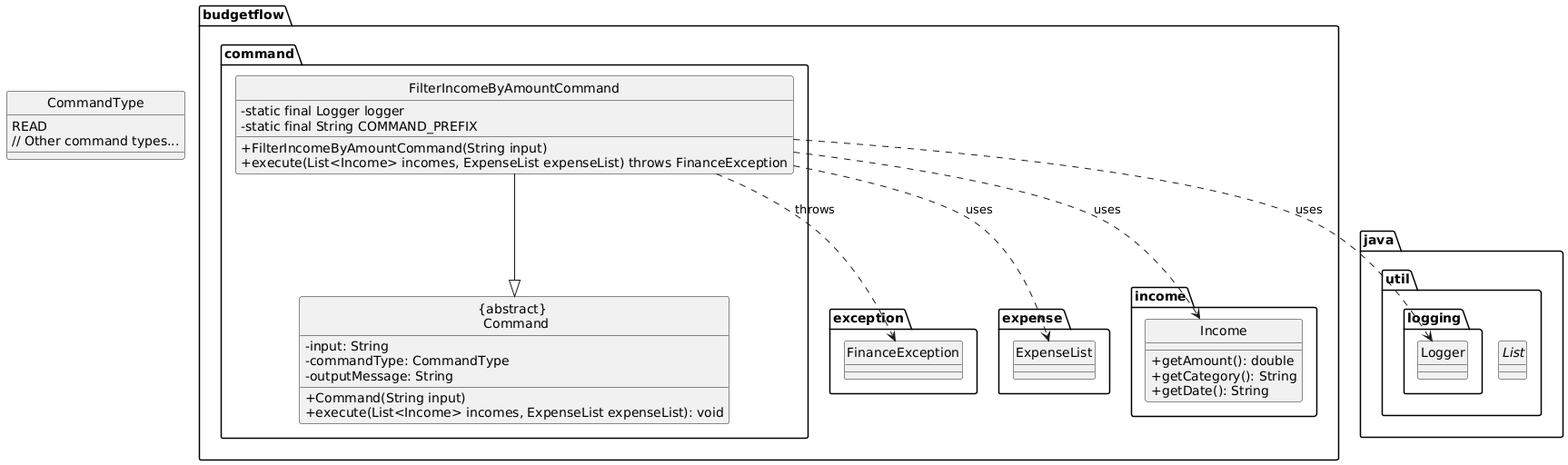
Above: docs/diagrams/FilterIncomeByAmountCommandClass.png in thienkimtranhoang/tp (PlantUML), before the change.
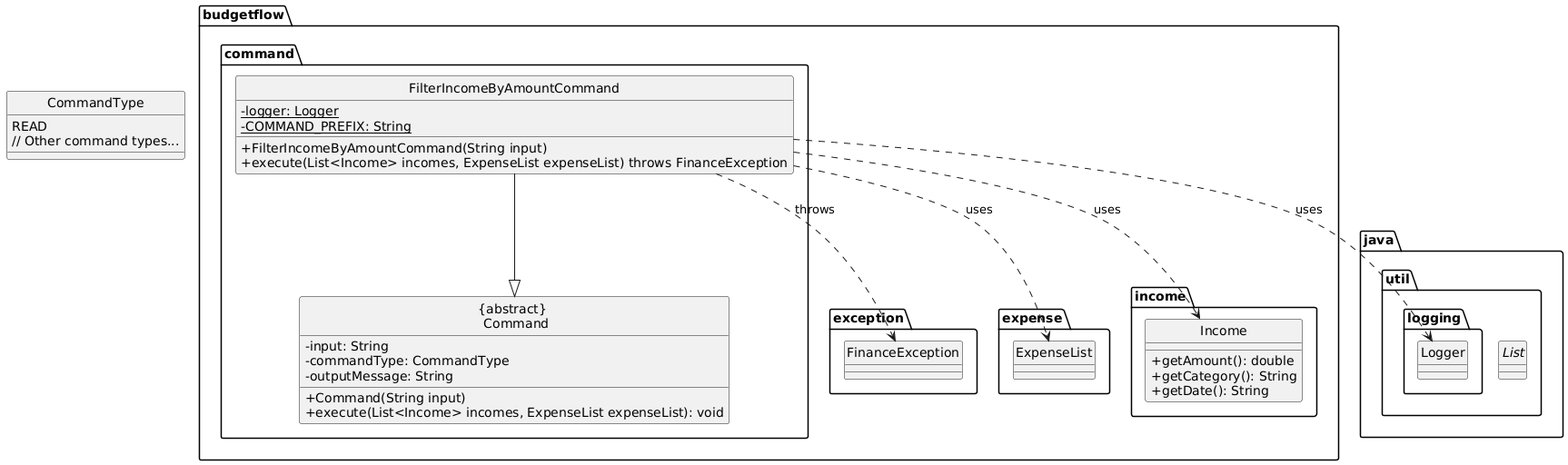
Later version of the same file.

Commit message:
Update DG static with underline

What changed in the source:
```diff
@@ -13,8 +13,8 @@
     }
 
     class "FilterIncomeByAmountCommand" {
-        - static final Logger logger
-        - static final String COMMAND_PREFIX
+        - {static} logger: Logger
+        - {static} COMMAND_PREFIX: String
         + FilterIncomeByAmountCommand(String input)
         + execute(List<Income> incomes, ExpenseList expenseList) throws FinanceException
     }
```
